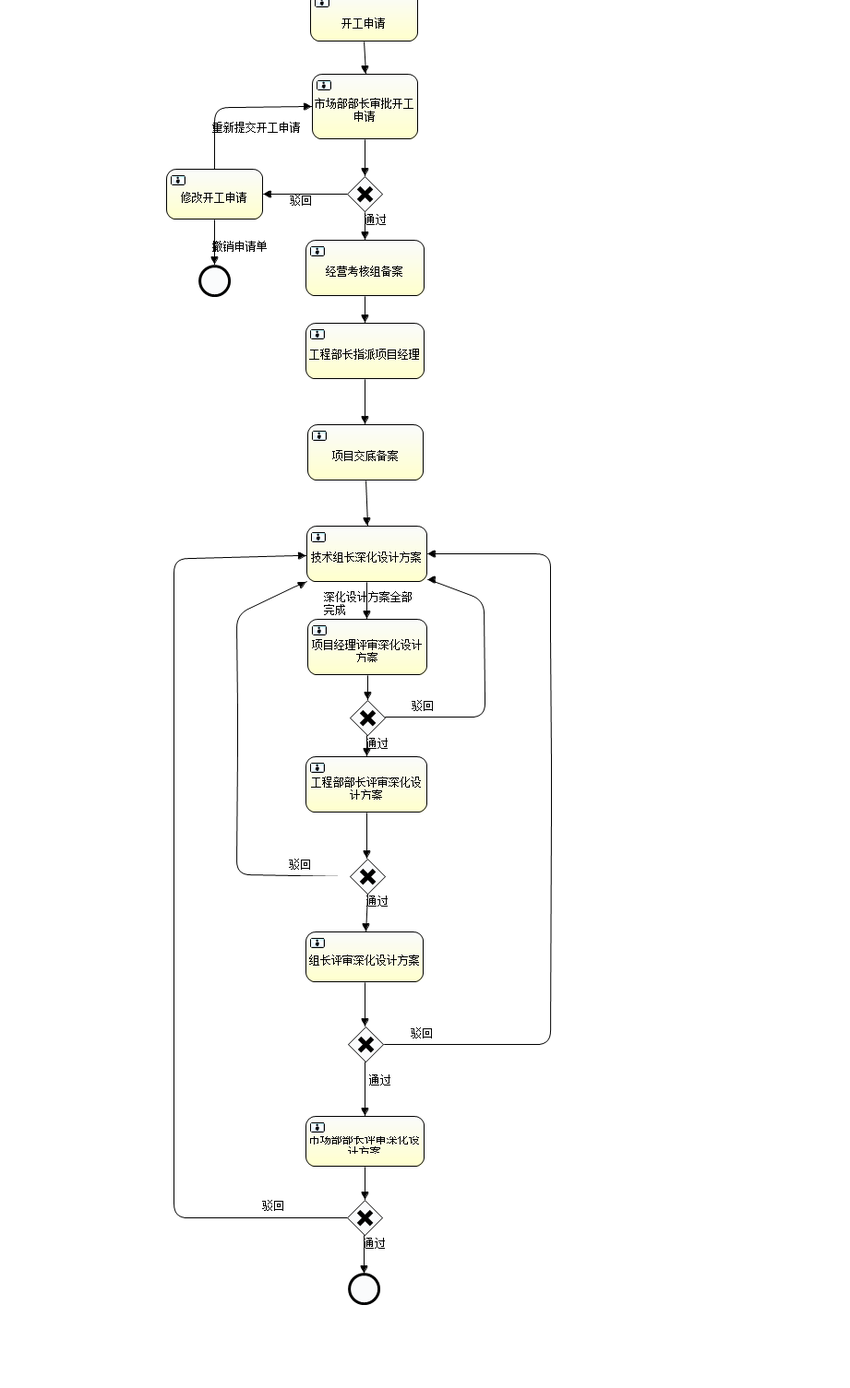
Above: src/main/resources/diagrams/StartProcess.png in puma0/Huayu (BPMN), before the change. Its source is kept beside it as src/main/resources/diagrams/StartProcess.bpmn. Ids are renumbered.
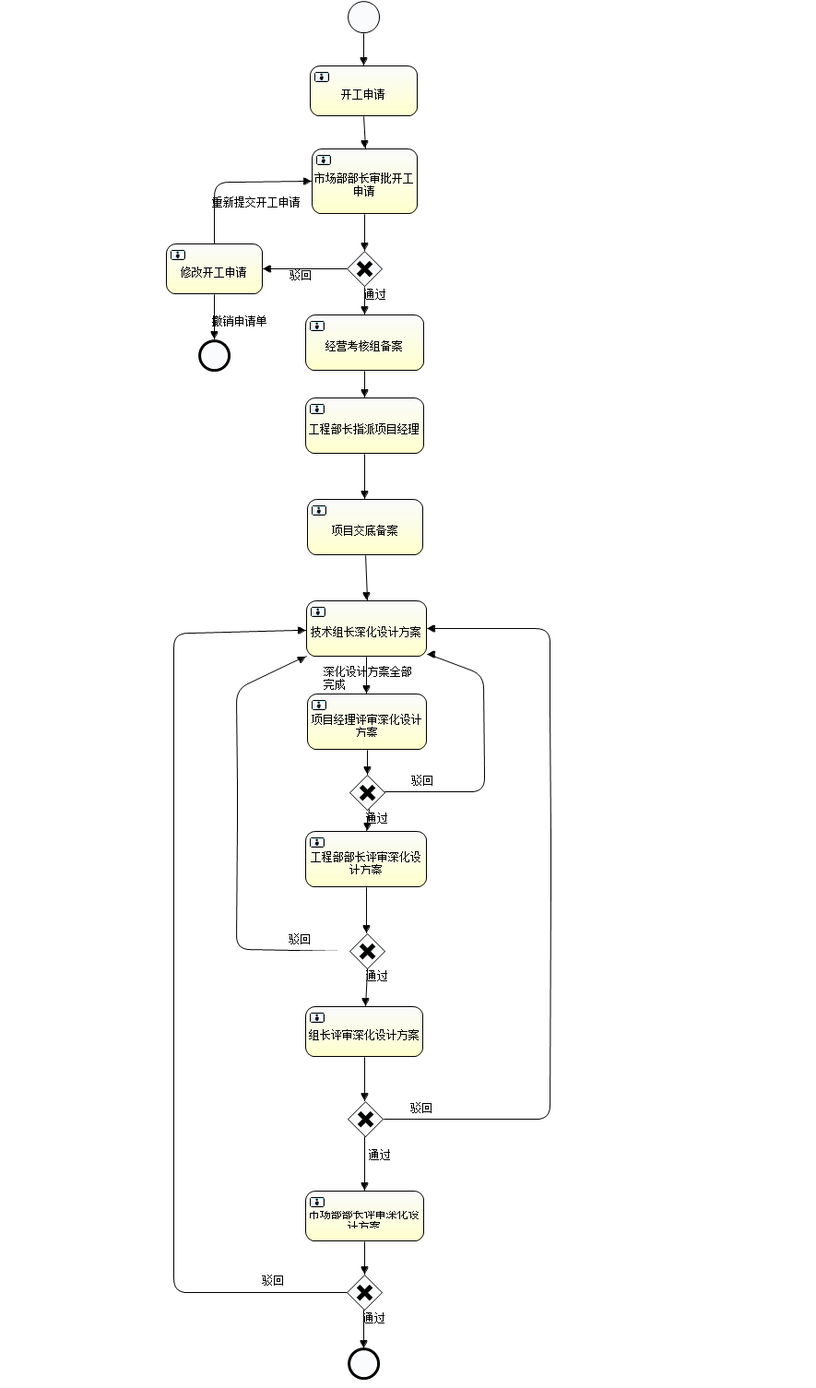
The same file after the commit.

Change to the diagram source:
```diff
@@ -1,7 +1,7 @@
 <definitions xmlns="http://www.omg.org/spec/BPMN/20100524/MODEL" xmlns:xsi="http://www.w3.org/2001/XMLSchema-instance" xmlns:xsd="http://www.w3.org/2001/XMLSchema" xmlns:activiti="http://activiti.org/bpmn" xmlns:bpmndi="http://www.omg.org/spec/BPMN/20100524/DI" xmlns:omgdc="http://www.omg.org/spec/DD/20100524/DC" xmlns:omgdi="http://www.omg.org/spec/DD/20100524/DI" typeLanguage="http://www.w3.org/2001/XMLSchema" expressionLanguage="http://www.w3.org/1999/XPath" targetNamespace="http://www.activiti.org/test">
-  <process id="myProcess" name="My process" isExecutable="true">
+  <process id="ProjectStart" name="开工申请" isExecutable="true">
     <startEvent id="startevent1" name="Start"></startEvent>
-    <userTask id="usertask1" name="市场部部长审批开工申请"></userTask>
+    <userTask id="usertask1" name="市场部部长审批开工申请" activiti:candidateGroups="市场部部长"></userTask>
     <userTask id="usertask2" name="修改开工申请"></userTask>
     <exclusiveGateway id="exclusivegateway1" name="Exclusive Gateway"></exclusiveGateway>
     <userTask id="usertask3" name="经营考核组备案"></userTask>
@@ -43,8 +43,8 @@
     <sequenceFlow id="flow24" sourceRef="startevent1" targetRef="start"></sequenceFlow>
     <sequenceFlow id="flow25" sourceRef="start" targetRef="usertask1"></sequenceFlow>
   </process>
-  <bpmndi:BPMNDiagram id="BPMNDiagram_myProcess">
-    <bpmndi:BPMNPlane bpmnElement="myProcess" id="BPMNPlane_myProcess">
+  <bpmndi:BPMNDiagram id="BPMNDiagram_ProjectStart">
+    <bpmndi:BPMNPlane bpmnElement="ProjectStart" id="BPMNPlane_ProjectStart">
       <bpmndi:BPMNShape bpmnElement="startevent1" id="BPMNShape_startevent1">
         <omgdc:Bounds height="35.0" width="35.0" x="377.0" y="1.0"></omgdc:Bounds>
       </bpmndi:BPMNShape>
```
